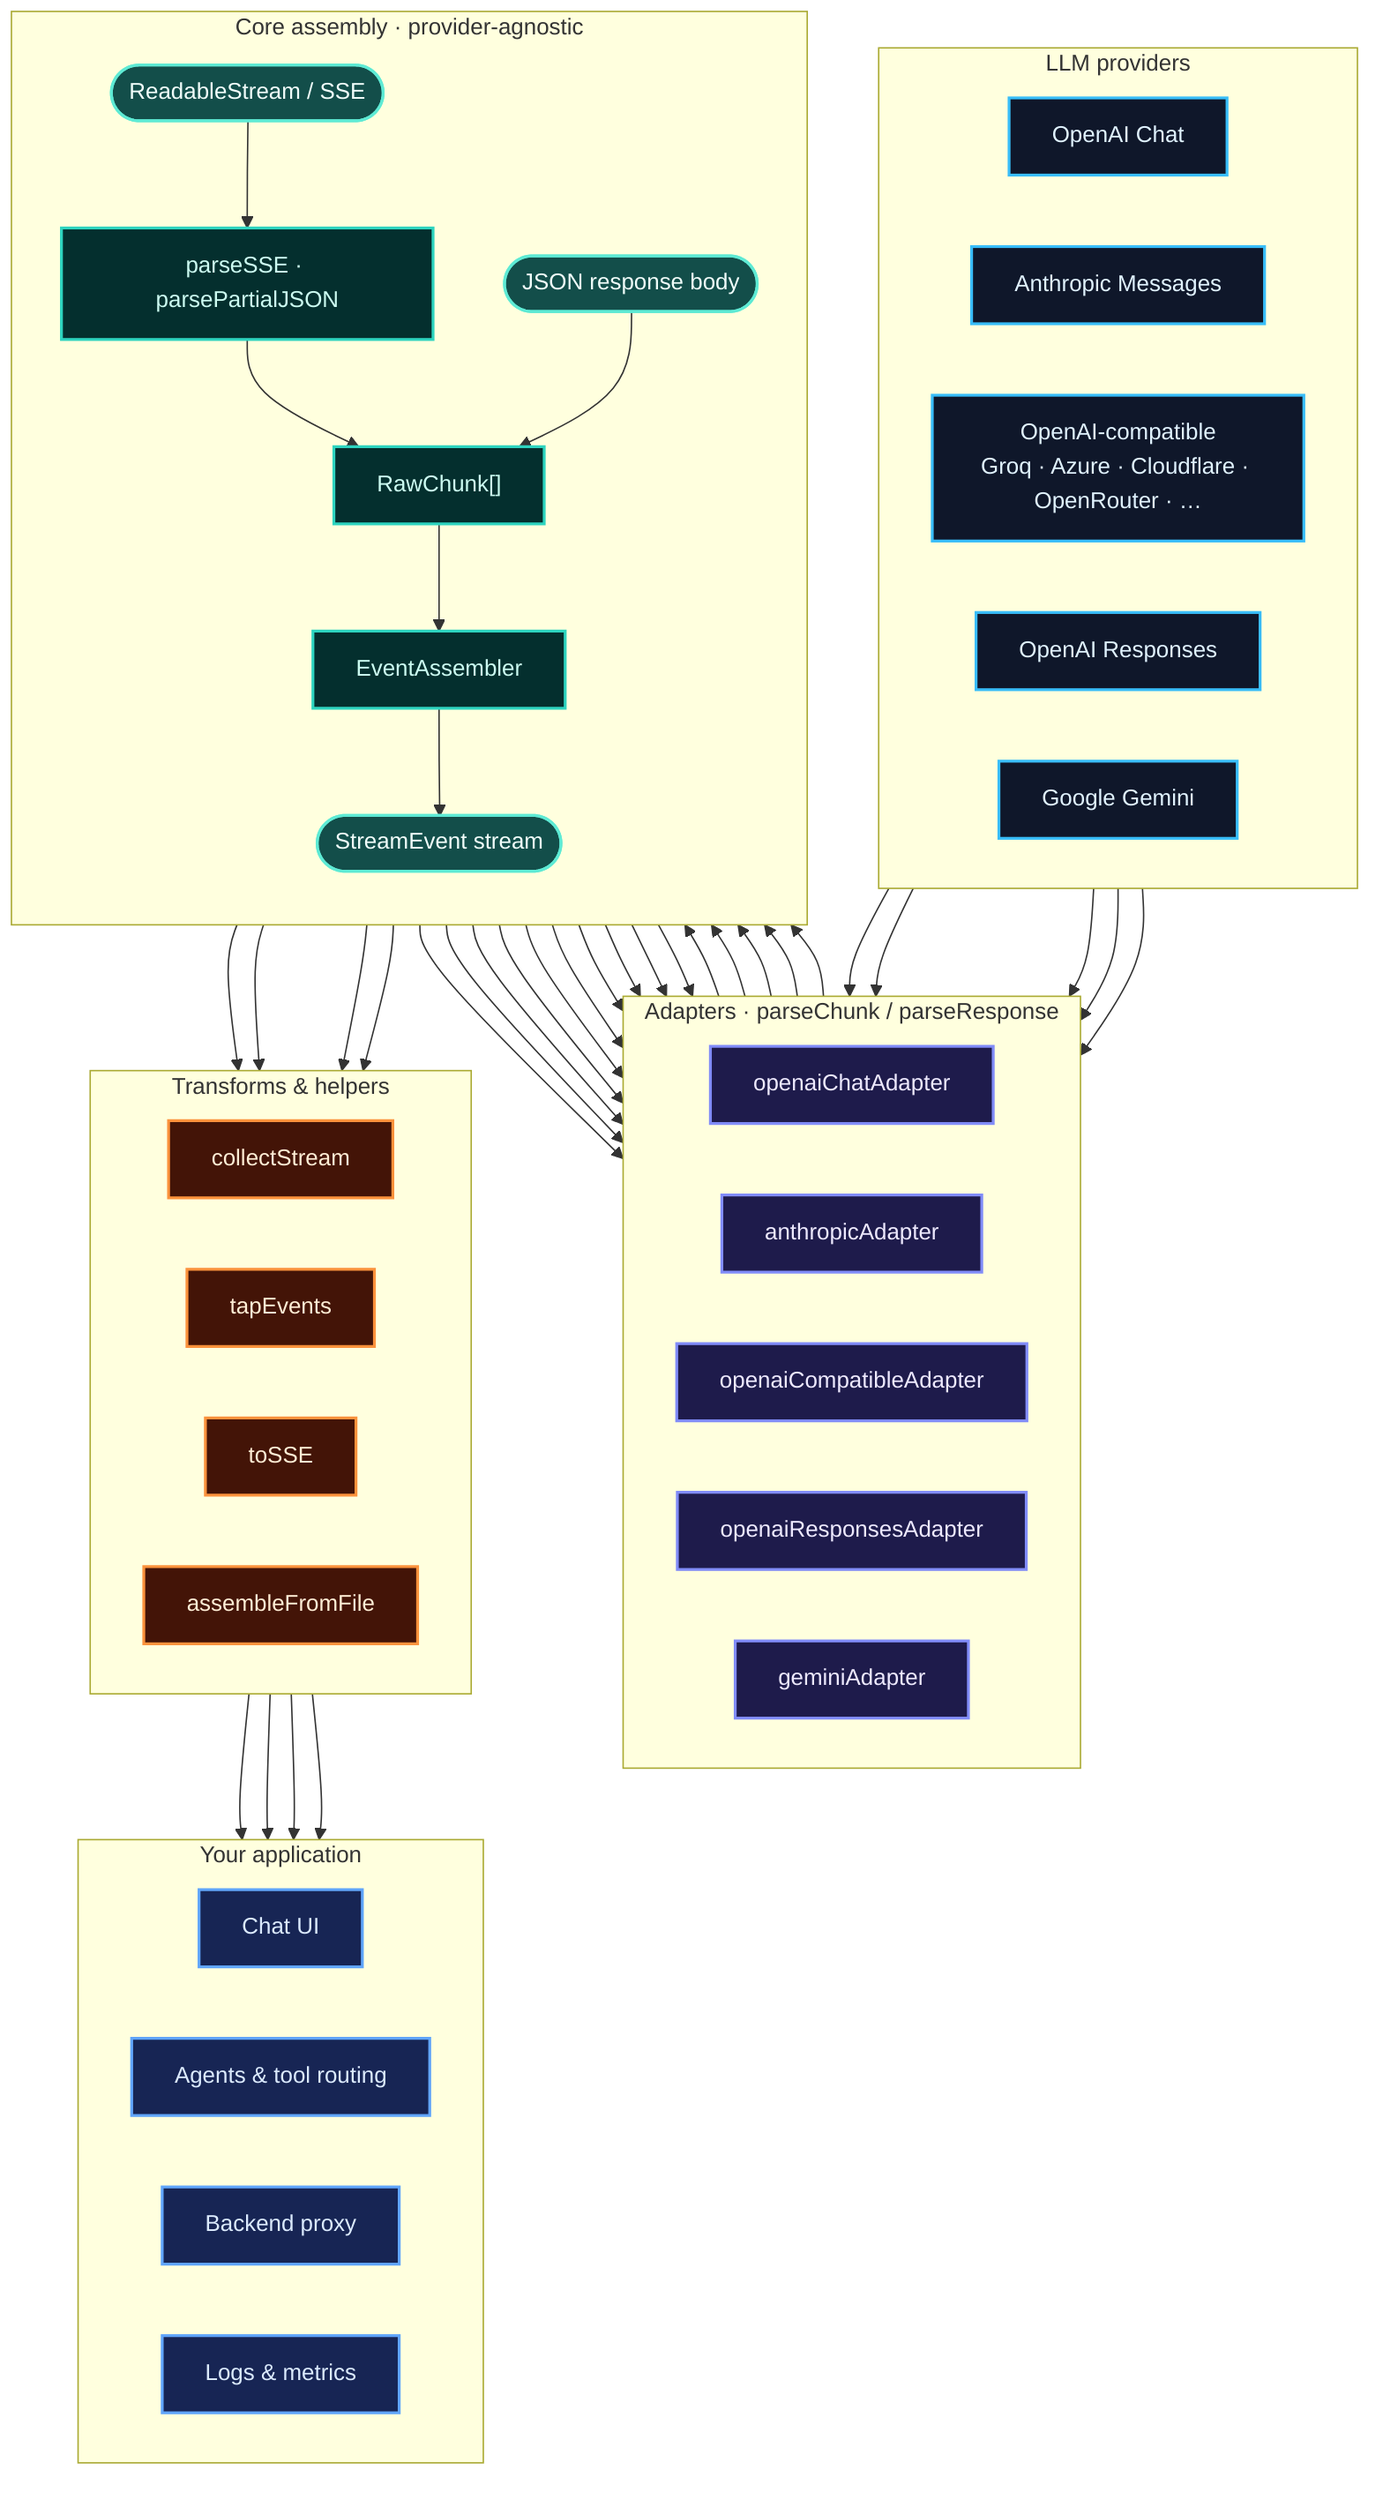
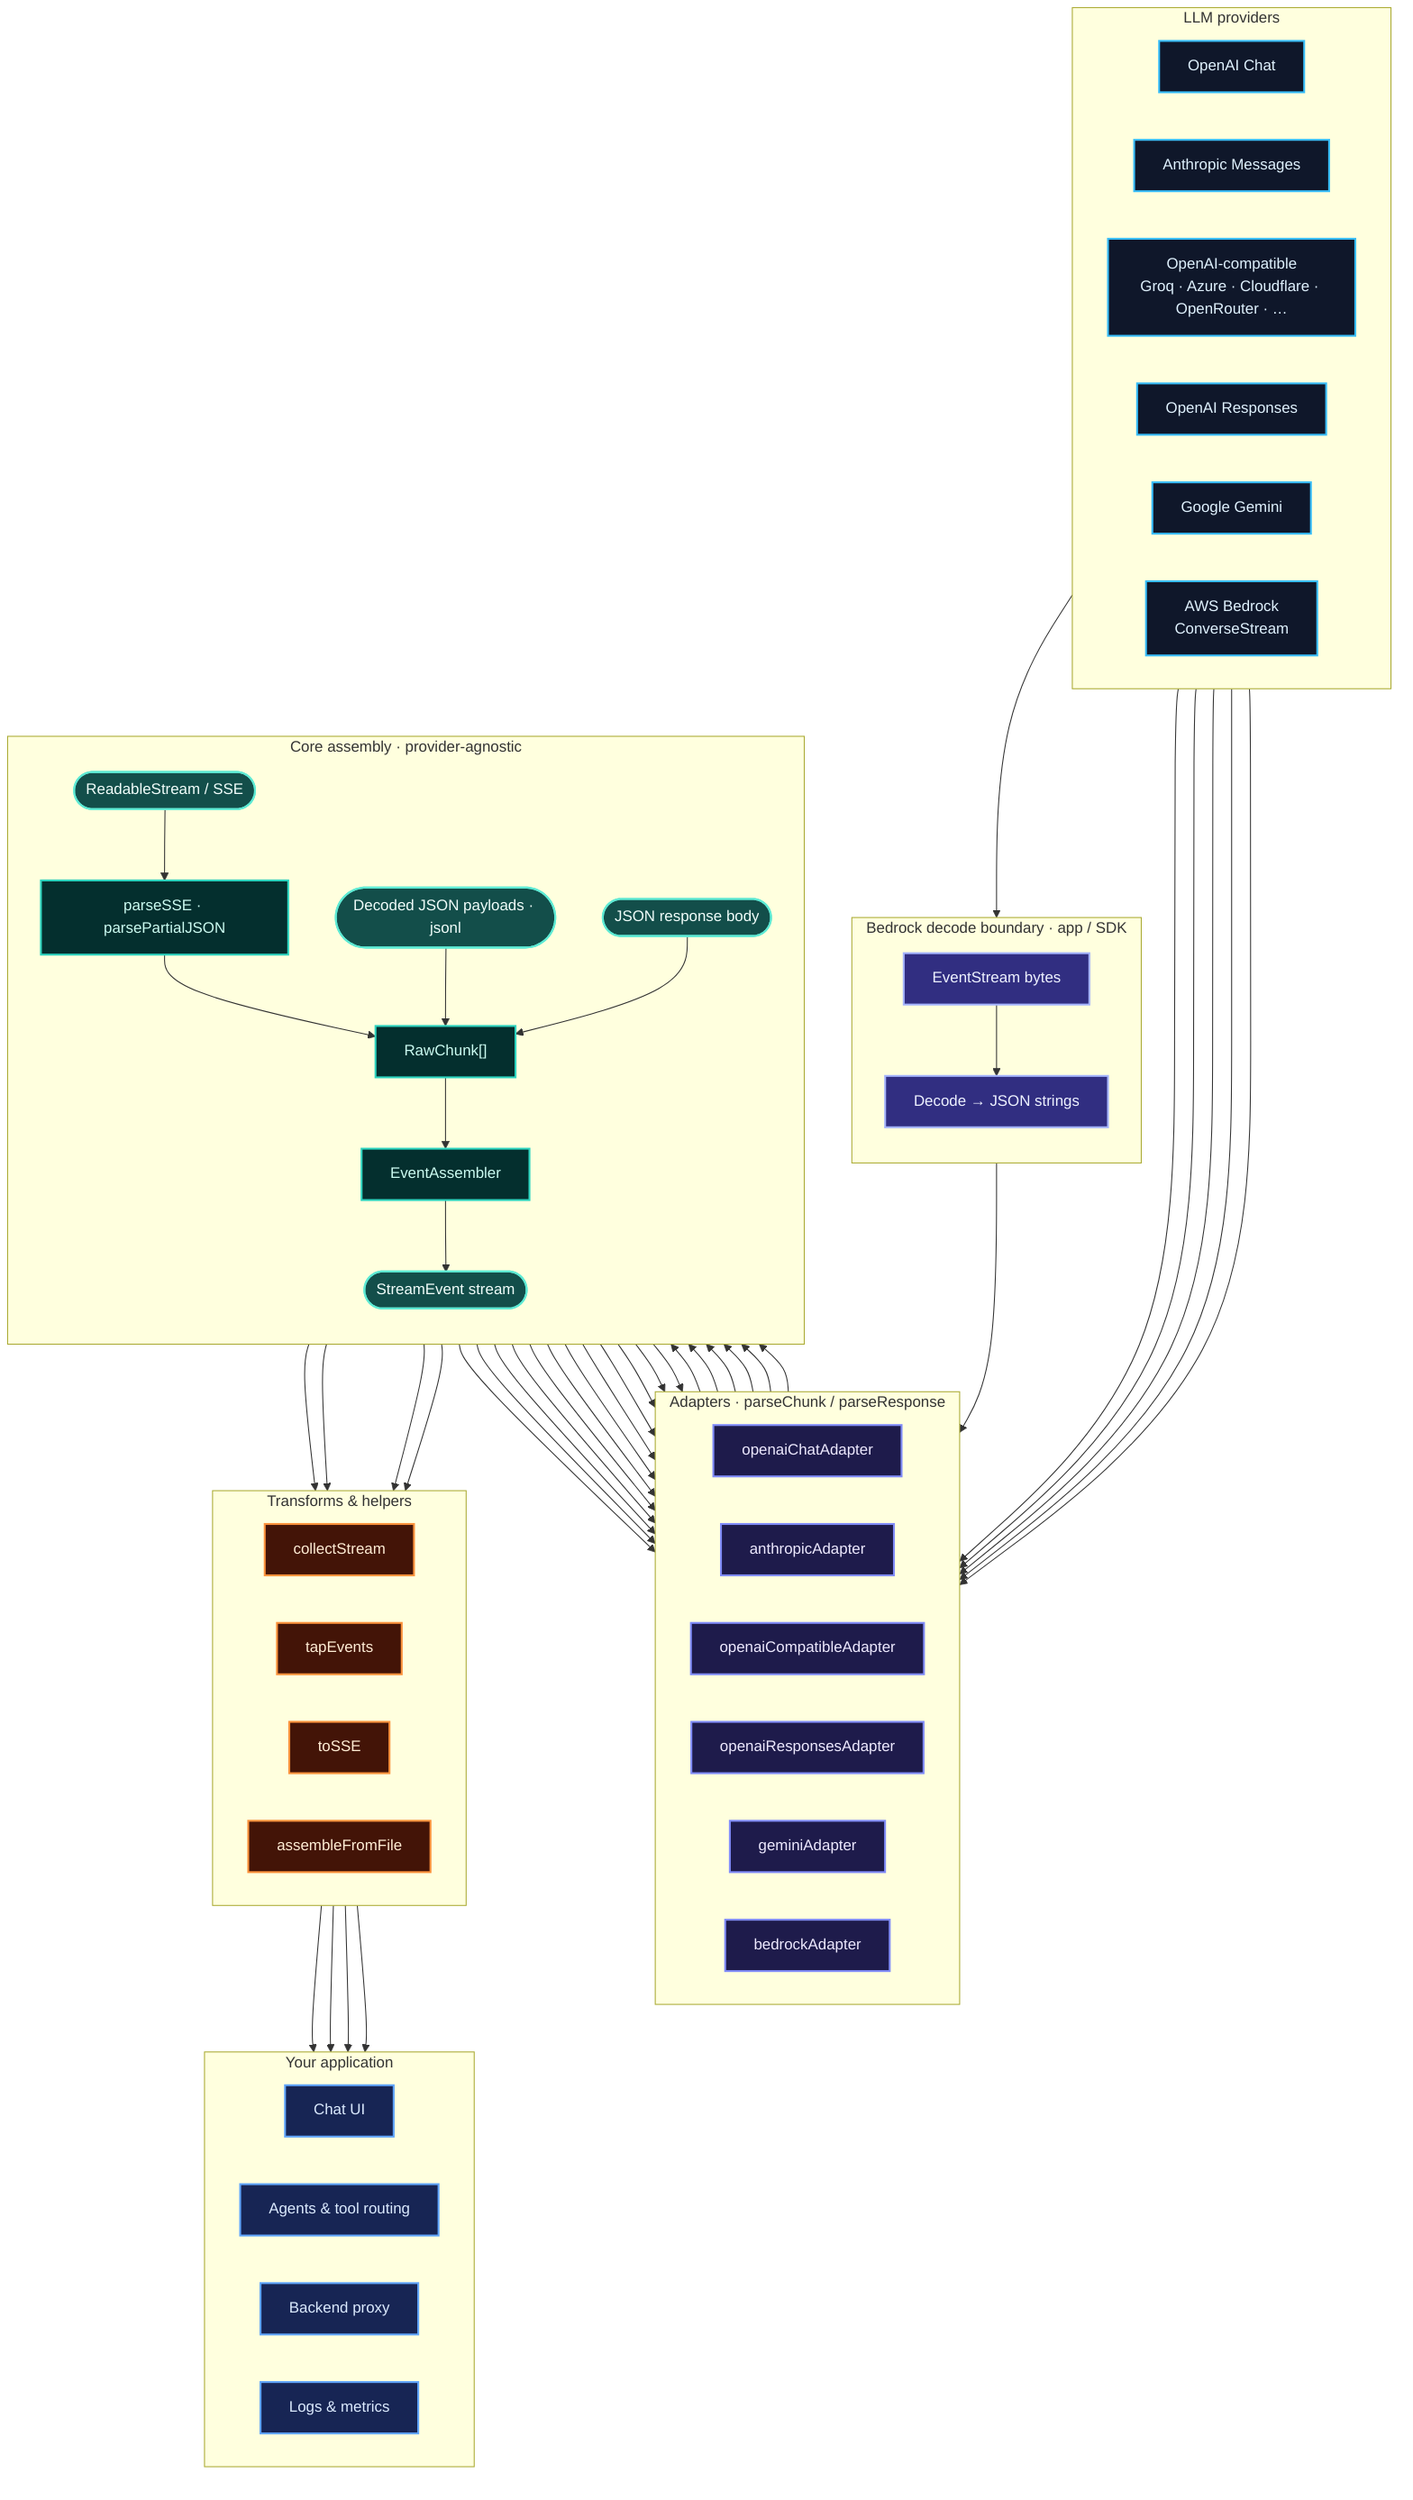
flowchart TB
	subgraph PROVIDERS["LLM providers"]
		direction LR
		PC["OpenAI Chat"]
		PA["Anthropic Messages"]
		PO["OpenAI-compatible<br/>Groq · Azure · Cloudflare · OpenRouter · …"]
		PR["OpenAI Responses"]
		PG["Google Gemini"]
+ 		PB["AWS Bedrock<br/>ConverseStream"]
	end

	subgraph ADAPTERS["Adapters · parseChunk / parseResponse"]
		direction LR
		AC["openaiChatAdapter"]
		AA["anthropicAdapter"]
		AO["openaiCompatibleAdapter"]
		AR["openaiResponsesAdapter"]
		AG["geminiAdapter"]
+ 		AB["bedrockAdapter"]
+ 	end
+ 
+ 	subgraph DECODE["Bedrock decode boundary · app / SDK"]
+ 		direction TB
+ 		ES["EventStream bytes"]
+ 		DEC["Decode → JSON strings"]
+ 		ES --> DEC
	end

	subgraph CORE["Core assembly · provider-agnostic"]
		direction TB
		STREAM(["ReadableStream / SSE"])
		JSON(["JSON response body"])
+ 		PAYLOADS(["Decoded JSON payloads · jsonl"])
		PARSE["parseSSE · parsePartialJSON"]
		RAW["RawChunk[]"]
		ASM["EventAssembler"]
		EVENTS(["StreamEvent stream"])
		STREAM --> PARSE --> RAW --> ASM --> EVENTS
+ 		PAYLOADS --> RAW
		JSON --> RAW
	end

	subgraph TRANSFORMS["Transforms & helpers"]
		direction LR
		COL["collectStream"]
		TAP["tapEvents"]
		SSEOUT["toSSE"]
		REPLAY["assembleFromFile"]
	end

	subgraph APPS["Your application"]
		direction LR
		UI["Chat UI"]
		AGENT["Agents & tool routing"]
		PROXY["Backend proxy"]
		OBS["Logs & metrics"]
	end

	PC --> AC
	PA --> AA
	PO --> AO
	PR --> AR
	PG --> AG
+ 	PB --> ES
+ 	DEC --> AB
	PARSE --> AC
	PARSE --> AA
	PARSE --> AO
	PARSE --> AR
	PARSE --> AG
+ 	PAYLOADS --> AB
	AC --> RAW
	AA --> RAW
	AO --> RAW
	AR --> RAW
	AG --> RAW
+ 	AB --> RAW
	JSON --> AC
	JSON --> AA
	JSON --> AO
	JSON --> AR
	JSON --> AG
+ 	JSON --> AB
	EVENTS --> COL
	EVENTS --> TAP
	EVENTS --> SSEOUT
	EVENTS --> REPLAY
	COL --> UI
	COL --> AGENT
	SSEOUT --> PROXY
	TAP --> OBS

	classDef provider fill:#0f172a,stroke:#38bdf8,stroke-width:2px,color:#e0f2fe
	classDef adapter fill:#1e1b4b,stroke:#818cf8,stroke-width:2px,color:#ede9fe
+ 	classDef decode fill:#312e81,stroke:#a5b4fc,stroke-width:2px,color:#eef2ff
	classDef core fill:#042f2e,stroke:#2dd4bf,stroke-width:2px,color:#ccfbf1
	classDef io fill:#134e4a,stroke:#5eead4,stroke-width:2px,color:#f0fdfa
	classDef transform fill:#431407,stroke:#fb923c,stroke-width:2px,color:#ffedd5
	classDef app fill:#172554,stroke:#60a5fa,stroke-width:2px,color:#dbeafe

- 	class PC,PA,PO,PR,PG provider
- 	class AC,AA,AO,AR,AG adapter
+ 	class PC,PA,PO,PR,PG,PB provider
+ 	class AC,AA,AO,AR,AG,AB adapter
+ 	class ES,DEC decode
	class PARSE,RAW,ASM core
- 	class STREAM,JSON,EVENTS io
+ 	class STREAM,JSON,PAYLOADS,EVENTS io
	class COL,TAP,SSEOUT,REPLAY transform
	class UI,AGENT,PROXY,OBS app
